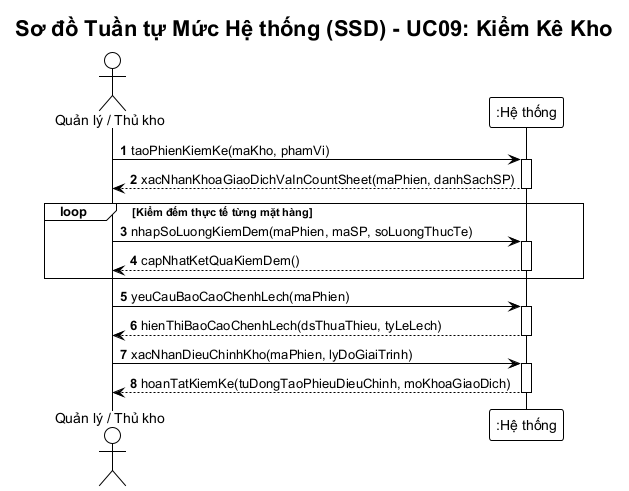
Earlier version of the PlantUML export BTL-QuanLyKhoHang/diagrams/ssd-kiem-ke.png (vuhoabinh2416137/G8_Quanlysanphamvakhohang).
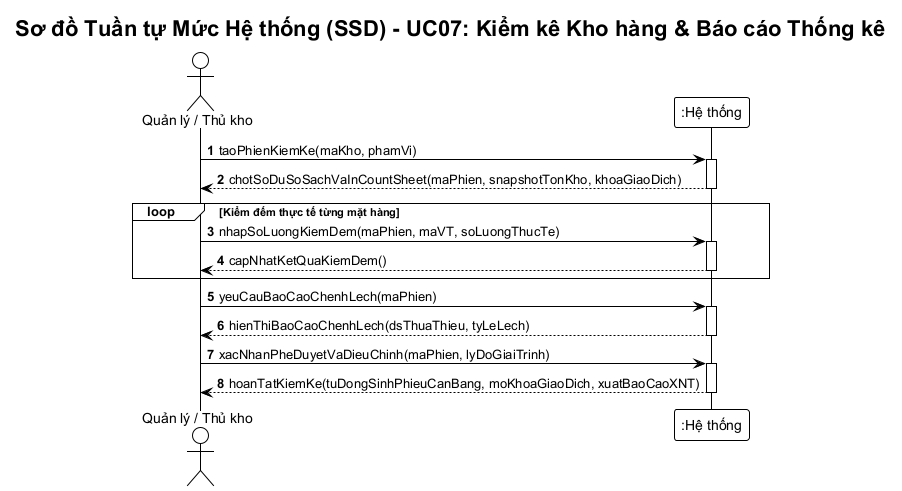
The same diagram one commit later.

What changed in the source:
```diff
@@ -4,18 +4,18 @@
 skinparam responseMessageBelowArrow true
 skinparam defaultFontName "Arial"
 
-title Sơ đồ Tuần tự Mức Hệ thống (SSD) - UC09: Kiểm Kê Kho
+title Sơ đồ Tuần tự Mức Hệ thống (SSD) - UC07: Kiểm kê Kho hàng & Báo cáo Thống kê
 
 actor "Quản lý / Thủ kho" as NV
 participant ":Hệ thống" as Sys
 
 NV -> Sys: taoPhienKiemKe(maKho, phamVi)
 activate Sys
-Sys --> NV: xacNhanKhoaGiaoDichVaInCountSheet(maPhien, danhSachSP)
+Sys --> NV: chotSoDuSoSachVaInCountSheet(maPhien, snapshotTonKho, khoaGiaoDich)
 deactivate Sys
 
 loop Kiểm đếm thực tế từng mặt hàng
-    NV -> Sys: nhapSoLuongKiemDem(maPhien, maSP, soLuongThucTe)
+    NV -> Sys: nhapSoLuongKiemDem(maPhien, maVT, soLuongThucTe)
     activate Sys
     Sys --> NV: capNhatKetQuaKiemDem()
     deactivate Sys
@@ -26,8 +26,8 @@
 Sys --> NV: hienThiBaoCaoChenhLech(dsThuaThieu, tyLeLech)
 deactivate Sys
 
-NV -> Sys: xacNhanDieuChinhKho(maPhien, lyDoGiaiTrinh)
+NV -> Sys: xacNhanPheDuyetVaDieuChinh(maPhien, lyDoGiaiTrinh)
 activate Sys
-Sys --> NV: hoanTatKiemKe(tuDongTaoPhieuDieuChinh, moKhoaGiaoDich)
+Sys --> NV: hoanTatKiemKe(tuDongSinhPhieuCanBang, moKhoaGiaoDich, xuatBaoCaoXNT)
 deactivate Sys
 @enduml
```
